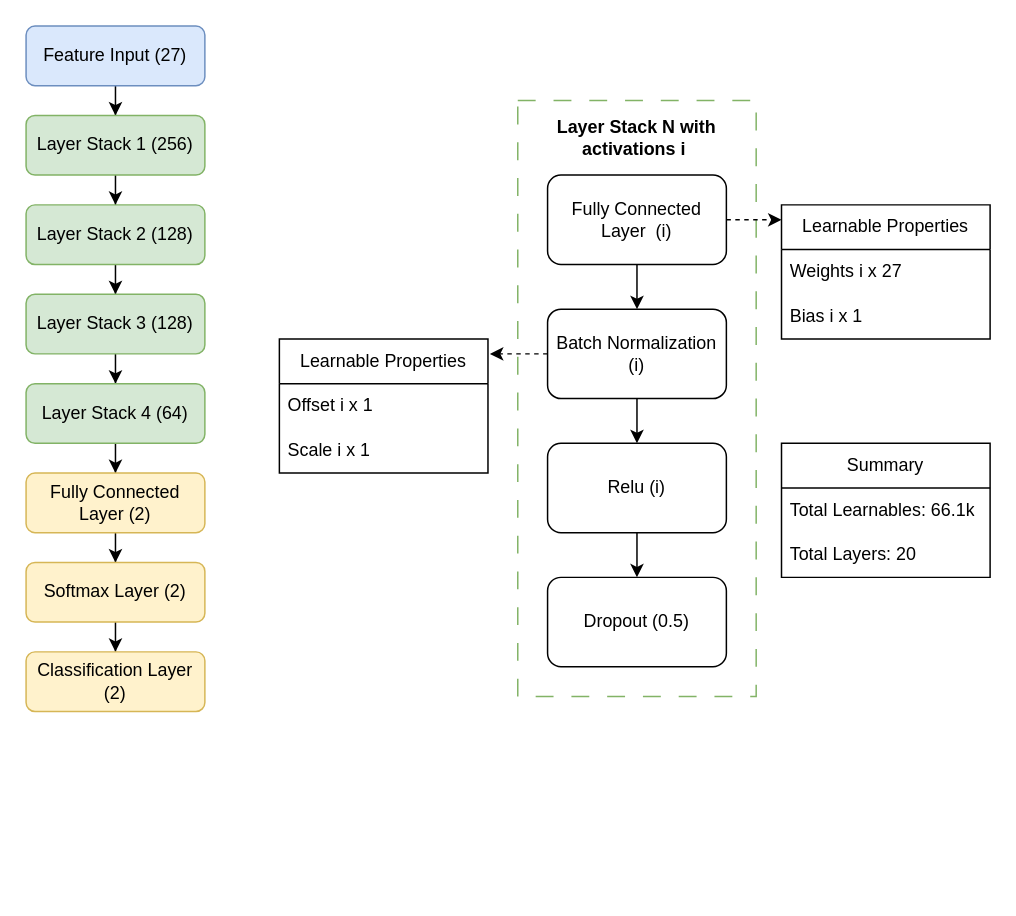
Earlier version of the draw.io diagram PreliminaryNeuralNet.drawio (benstanton/MA2-Laser-Powder-Bed-Fusion). Source tidied: cells renumbered, new cells numbered last; positions are measured from the earlier drawing's top-left corner, leaving out a move shared by most shapes. Both pictures are drawn from the tidied source at 149%, with x=0, y=0 at pixel (25, 25).
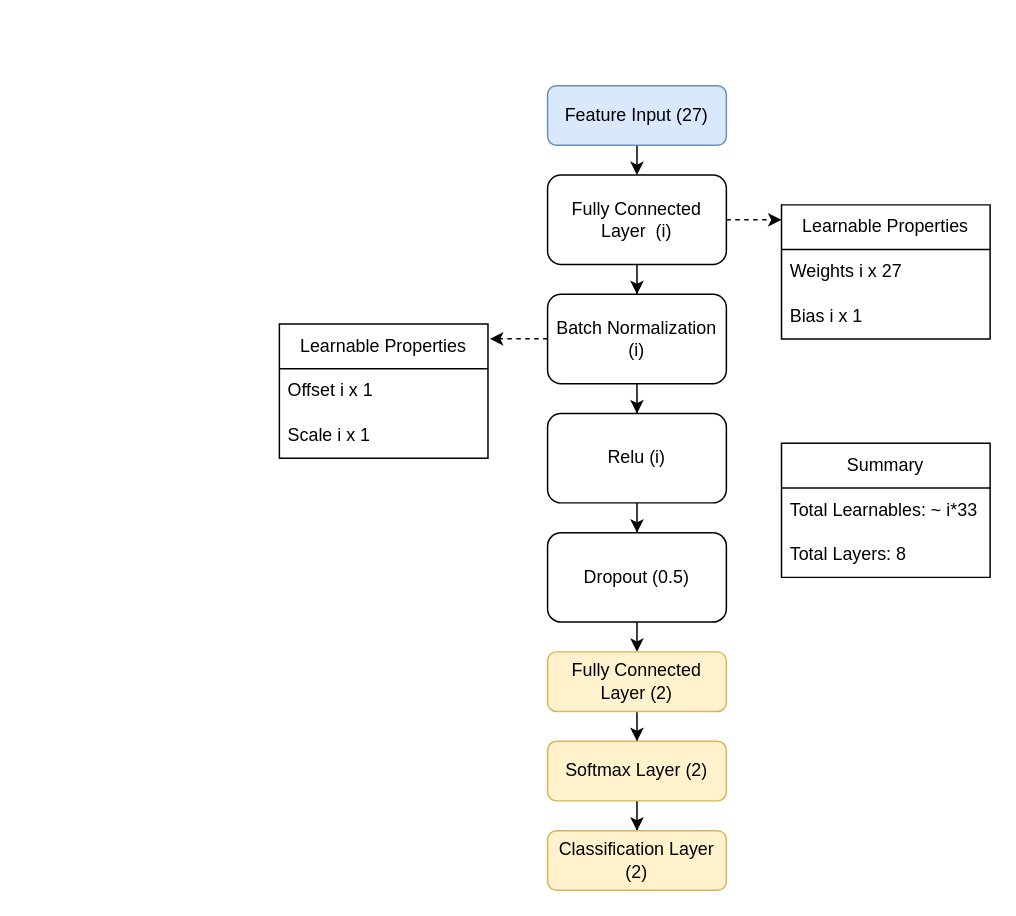
The same diagram, later.

The change refers to these unchanged cells:
```xml
<mxCell id="34" value="Summary" style="swimlane;fontStyle=0;horizontal=1;startSize=30;whiteSpace=wrap;html=1;" parent="1" vertex="1">
  <mxGeometry x="507" y="280" width="140" height="90" as="geometry" />
</mxCell>
```

What changed in the source:
```diff
@@
-    <mxCell id="2" style="rounded=0;whiteSpace=wrap;html=1;dashed=1;dashPattern=12 12;fillColor=none;strokeColor=#82b366;" parent="1" vertex="1">
-      <mxGeometry x="330" y="50" width="160" height="400" as="geometry" />
-    </mxCell>
-    <mxCell id="3" style="edgeStyle=orthogonalEdgeStyle;rounded=0;jettySize=auto;html=1;" parent="1" edge="1" source="4" target="13">
-      <mxGeometry relative="1" as="geometry" />
+    <mxCell id="3" style="edgeStyle=orthogonalEdgeStyle;rounded=0;jettySize=auto;html=1;" parent="1" edge="1" source="4">
+      <mxGeometry relative="1" as="geometry">
+        <mxPoint x="410" y="100" as="targetPoint" />
+      </mxGeometry>
     </mxCell>
     <mxCell id="4" value="Feature Input (27)" style="rounded=1;whiteSpace=wrap;html=1;fillColor=#dae8fc;strokeColor=#6c8ebf;" parent="1" vertex="1">
-      <mxGeometry width="120" height="40" as="geometry" />
+      <mxGeometry x="350" y="40" width="120" height="40" as="geometry" />
     </mxCell>
@@
     <mxCell id="8" value="Batch Normalization (i)" style="rounded=1;whiteSpace=wrap;html=1;" parent="1" vertex="1">
-      <mxGeometry x="350" y="190" width="120" height="60" as="geometry" />
+      <mxGeometry x="350" y="180" width="120" height="60" as="geometry" />
     </mxCell>
@@
     <mxCell id="10" value="Relu (i)" style="rounded=1;whiteSpace=wrap;html=1;" parent="1" vertex="1">
-      <mxGeometry x="350" y="280" width="120" height="60" as="geometry" />
+      <mxGeometry x="350" y="260" width="120" height="60" as="geometry" />
     </mxCell>
+    <mxCell id="37" style="edgeStyle=orthogonalEdgeStyle;rounded=0;jettySize=auto;html=1;exitX=0.5;exitY=1;exitDx=0;exitDy=0;entryX=0.5;entryY=0;entryDx=0;entryDy=0;" parent="1" edge="1" source="11" target="21">
+      <mxGeometry relative="1" as="geometry" />
+    </mxCell>
     <mxCell id="11" value="Dropout (0.5)" style="rounded=1;whiteSpace=wrap;html=1;" parent="1" vertex="1">
-      <mxGeometry x="350" y="370" width="120" height="60" as="geometry" />
+      <mxGeometry x="350" y="340" width="120" height="60" as="geometry" />
     </mxCell>
-    <mxCell id="12" style="edgeStyle=orthogonalEdgeStyle;rounded=0;jettySize=auto;html=1;" parent="1" edge="1" source="13" target="15">
-      <mxGeometry relative="1" as="geometry" />
-    </mxCell>
-    <mxCell id="13" value="Layer Stack 1 (256)" style="rounded=1;whiteSpace=wrap;html=1;fillColor=#d5e8d4;strokeColor=#82b366;" parent="1" vertex="1">
-      <mxGeometry y="60" width="120" height="40" as="geometry" />
-    </mxCell>
-    <mxCell id="14" style="edgeStyle=orthogonalEdgeStyle;rounded=0;jettySize=auto;html=1;" parent="1" edge="1" source="15" target="17">
-      <mxGeometry relative="1" as="geometry" />
+    <mxCell id="14" style="edgeStyle=orthogonalEdgeStyle;rounded=0;orthogonalLoop=1;jettySize=auto;html=1;" parent="1" edge="1">
+      <mxGeometry relative="1" as="geometry">
+        <mxPoint x="60" y="180" as="targetPoint" />
+      </mxGeometry>
     </mxCell>
-    <mxCell id="15" value="Layer Stack 2 (128)" style="rounded=1;whiteSpace=wrap;html=1;fillColor=#d5e8d4;strokeColor=#82b366;" parent="1" vertex="1">
-      <mxGeometry y="120" width="120" height="40" as="geometry" />
-    </mxCell>
-    <mxCell id="16" style="edgeStyle=orthogonalEdgeStyle;rounded=0;jettySize=auto;html=1;" parent="1" edge="1" source="17" target="19">
-      <mxGeometry relative="1" as="geometry" />
+    <mxCell id="16" style="edgeStyle=orthogonalEdgeStyle;rounded=0;orthogonalLoop=1;jettySize=auto;html=1;" parent="1" edge="1">
+      <mxGeometry relative="1" as="geometry">
+        <mxPoint x="60" y="240" as="targetPoint" />
+      </mxGeometry>
     </mxCell>
-    <mxCell id="17" value="Layer Stack 3 (128)" style="rounded=1;whiteSpace=wrap;html=1;fillColor=#d5e8d4;strokeColor=#82b366;" parent="1" vertex="1">
-      <mxGeometry y="180" width="120" height="40" as="geometry" />
-    </mxCell>
-    <mxCell id="18" style="edgeStyle=orthogonalEdgeStyle;rounded=0;jettySize=auto;html=1;" parent="1" edge="1" source="19" target="21">
-      <mxGeometry relative="1" as="geometry" />
-    </mxCell>
-    <mxCell id="19" value="Layer Stack 4 (64)" style="rounded=1;whiteSpace=wrap;html=1;fillColor=#d5e8d4;strokeColor=#82b366;" parent="1" vertex="1">
-      <mxGeometry y="240" width="120" height="40" as="geometry" />
-    </mxCell>
@@
     <mxCell id="21" value="Fully Connected Layer (2)" style="rounded=1;whiteSpace=wrap;html=1;fillColor=#fff2cc;strokeColor=#d6b656;" parent="1" vertex="1">
-      <mxGeometry y="300" width="120" height="40" as="geometry" />
+      <mxGeometry x="350" y="420" width="120" height="40" as="geometry" />
     </mxCell>
@@
     <mxCell id="23" value="Softmax Layer (2)" style="rounded=1;whiteSpace=wrap;html=1;fillColor=#fff2cc;strokeColor=#d6b656;" parent="1" vertex="1">
-      <mxGeometry y="360" width="120" height="40" as="geometry" />
+      <mxGeometry x="350" y="480" width="120" height="40" as="geometry" />
     </mxCell>
     <mxCell id="24" value="Classification Layer (2)" style="rounded=1;whiteSpace=wrap;html=1;fillColor=#fff2cc;strokeColor=#d6b656;" parent="1" vertex="1">
-      <mxGeometry y="420" width="120" height="40" as="geometry" />
+      <mxGeometry x="350" y="540" width="120" height="40" as="geometry" />
     </mxCell>
-    <mxCell id="25" value="&lt;b&gt;Layer Stack N with activations i&amp;nbsp;&lt;/b&gt;" style="text;html=1;align=center;verticalAlign=middle;whiteSpace=wrap;rounded=0;" parent="1" vertex="1">
-      <mxGeometry x="330" y="60" width="160" height="30" as="geometry" />
-    </mxCell>
@@
+    <mxCell id="38" style="edgeStyle=orthogonalEdgeStyle;rounded=0;jettySize=auto;html=1;exitX=0.5;exitY=0;exitDx=0;exitDy=0;" parent="1" edge="1" source="29">
+      <mxGeometry relative="1" as="geometry">
+        <mxPoint x="240" y="200" as="targetPoint" />
+      </mxGeometry>
+    </mxCell>
     <mxCell id="29" value="Learnable Properties" style="swimlane;fontStyle=0;horizontal=1;startSize=30;whiteSpace=wrap;html=1;" parent="1" vertex="1">
-      <mxGeometry x="170" y="210" width="140" height="90" as="geometry" />
+      <mxGeometry x="170" y="200" width="140" height="90" as="geometry" />
     </mxCell>
@@
     <mxCell id="33" style="edgeStyle=orthogonalEdgeStyle;rounded=0;jettySize=auto;html=1;exitX=0;exitY=0.5;exitDx=0;exitDy=0;entryX=1.009;entryY=0.11;entryDx=0;entryDy=0;entryPerimeter=0;dashed=1;" parent="1" edge="1" source="8" target="29">
-      <mxGeometry relative="1" as="geometry" />
+      <mxGeometry relative="1" as="geometry">
+        <Array as="points">
+          <mxPoint x="311" y="210" />
+        </Array>
+      </mxGeometry>
     </mxCell>
@@
-    <mxCell id="35" value="Total Learnables: 66.1k" style="text;strokeColor=none;fillColor=none;align=left;verticalAlign=middle;spacingLeft=4;spacingRight=4;overflow=hidden;whiteSpace=wrap;html=1;" parent="34" vertex="1">
+    <mxCell id="35" value="Total Learnables: ~ i*33&amp;nbsp;" style="text;strokeColor=none;fillColor=none;align=left;verticalAlign=middle;spacingLeft=4;spacingRight=4;overflow=hidden;whiteSpace=wrap;html=1;" parent="34" vertex="1">
       <mxGeometry y="30" width="140" height="30" as="geometry" />
     </mxCell>
-    <mxCell id="36" value="Total Layers: 20" style="text;strokeColor=none;fillColor=none;align=left;verticalAlign=middle;spacingLeft=4;spacingRight=4;overflow=hidden;whiteSpace=wrap;html=1;" parent="34" vertex="1">
+    <mxCell id="36" value="Total Layers: 8" style="text;strokeColor=none;fillColor=none;align=left;verticalAlign=middle;spacingLeft=4;spacingRight=4;overflow=hidden;whiteSpace=wrap;html=1;" parent="34" vertex="1">
       <mxGeometry y="60" width="140" height="30" as="geometry" />
     </mxCell>
```
